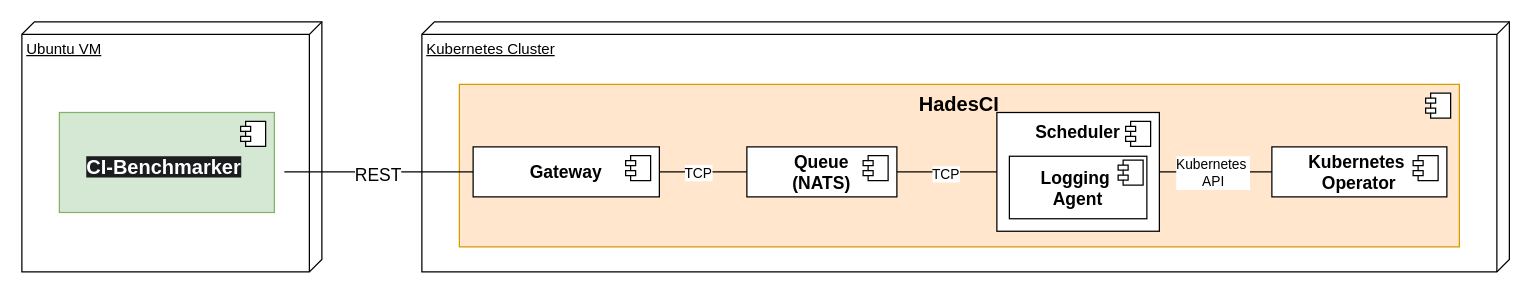
Before: Diagram/HadesCI-Hardware:Software Mapping.drawio in ShuaiweiYu/master-thesis, a draw.io diagram. Source tidied: cells renumbered, new cells numbered last; positions are measured from the earlier drawing's top-left corner, leaving out a move shared by most shapes. Both pictures are drawn from the tidied source at 125%, with x=0, y=0 at pixel (21, 21).
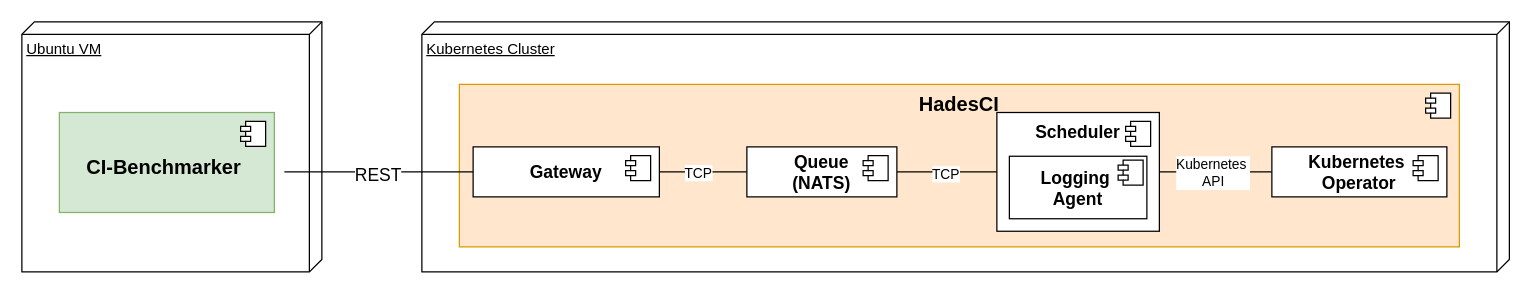
The same diagram, later.

Change to the diagram source:
```diff
@@
-    <mxCell id="28" value="&lt;b style=&quot;forced-color-adjust: none; box-shadow: none !important; color: rgb(255, 255, 255); font-family: Helvetica; font-size: 16px; font-style: normal; font-variant-ligatures: normal; font-variant-caps: normal; letter-spacing: normal; orphans: 2; text-align: center; text-indent: 0px; text-transform: none; widows: 2; word-spacing: 0px; -webkit-text-stroke-width: 0px; white-space: normal; background-color: rgb(27, 29, 30); text-decoration-thickness: initial; text-decoration-style: initial; text-decoration-color: initial;&quot;&gt;CI-Benchmarker&lt;/b&gt;" style="text;whiteSpace=wrap;html=1;" parent="1" vertex="1">
+    <mxCell id="28" value="&lt;b style=&quot;forced-color-adjust: none; font-family: Helvetica; font-size: 16px; font-style: normal; font-variant-ligatures: normal; font-variant-caps: normal; letter-spacing: normal; orphans: 2; text-align: center; text-indent: 0px; text-transform: none; widows: 2; word-spacing: 0px; -webkit-text-stroke-width: 0px; white-space: normal; text-decoration-thickness: initial; text-decoration-style: initial; text-decoration-color: initial; box-shadow: none !important;&quot;&gt;CI-Benchmarker&lt;/b&gt;" style="text;whiteSpace=wrap;html=1;fontColor=default;labelBackgroundColor=none;" parent="1" vertex="1">
       <mxGeometry x="50" y="100" width="160" height="40" as="geometry" />
     </mxCell>
```
